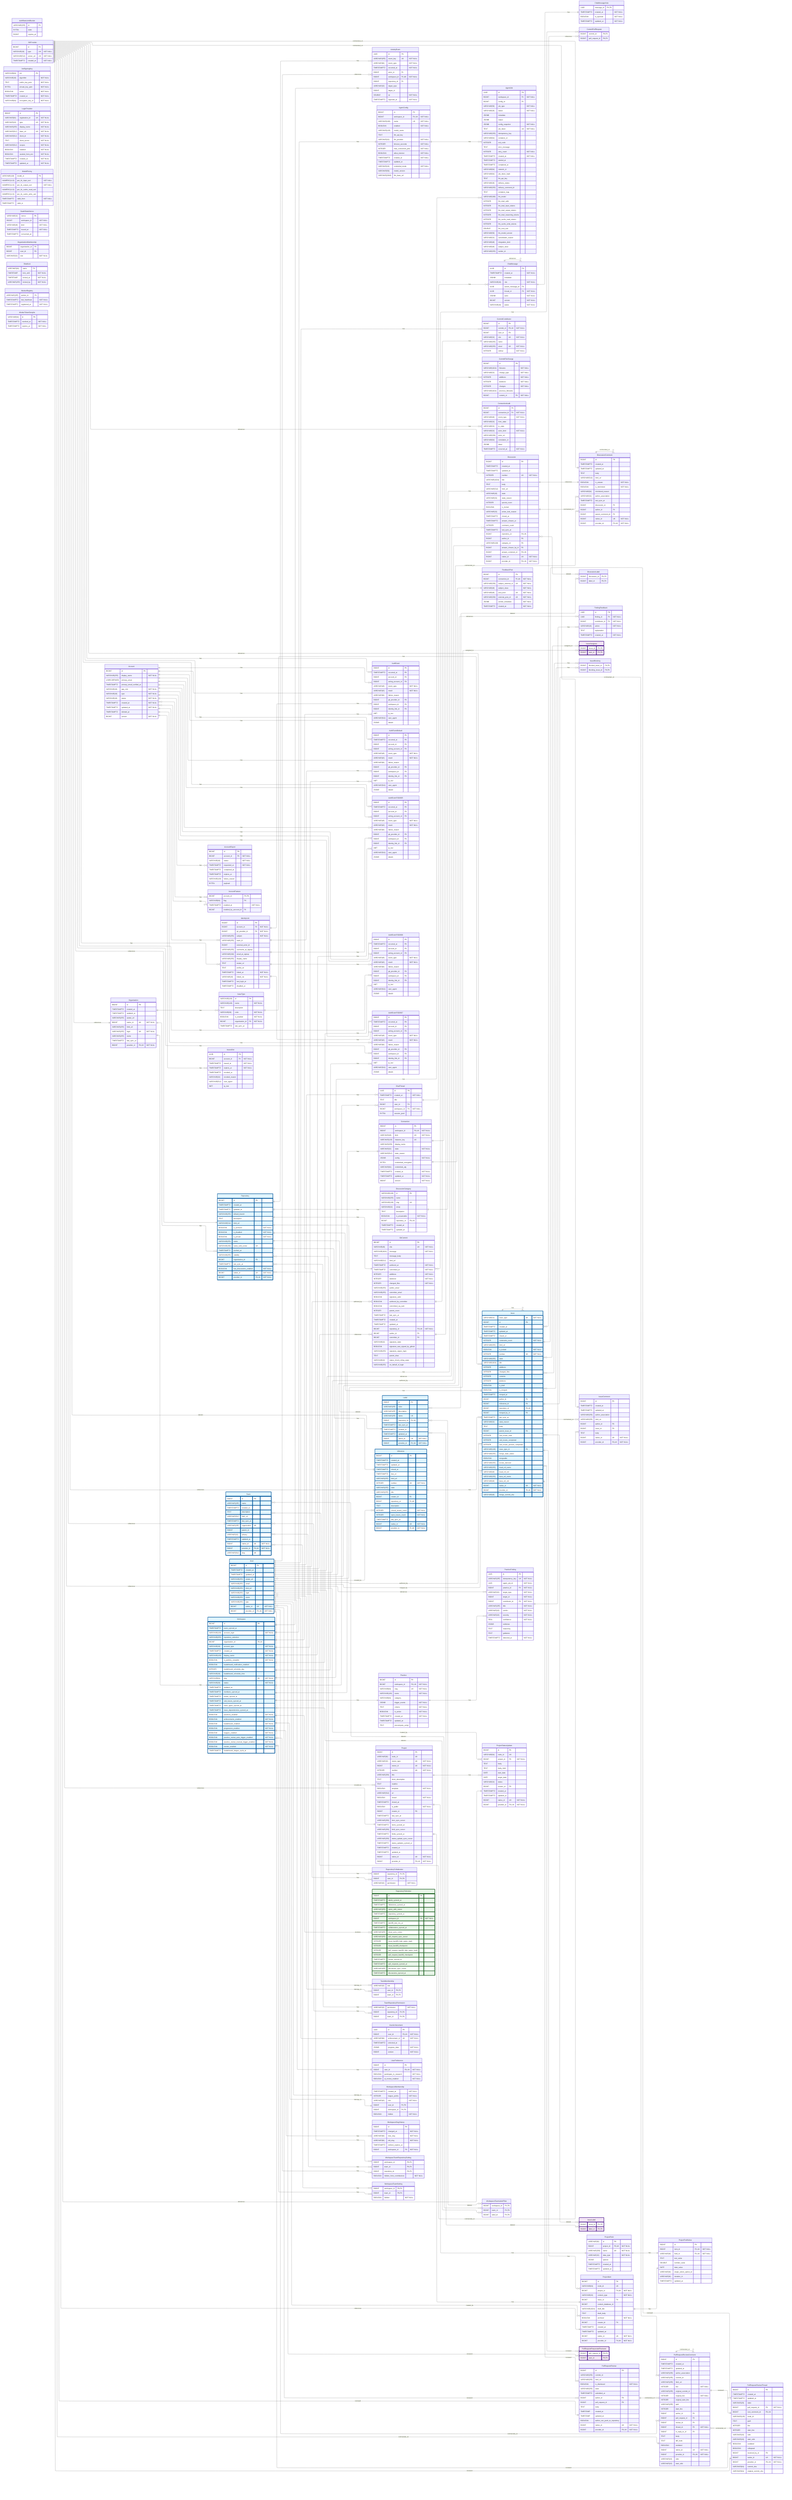
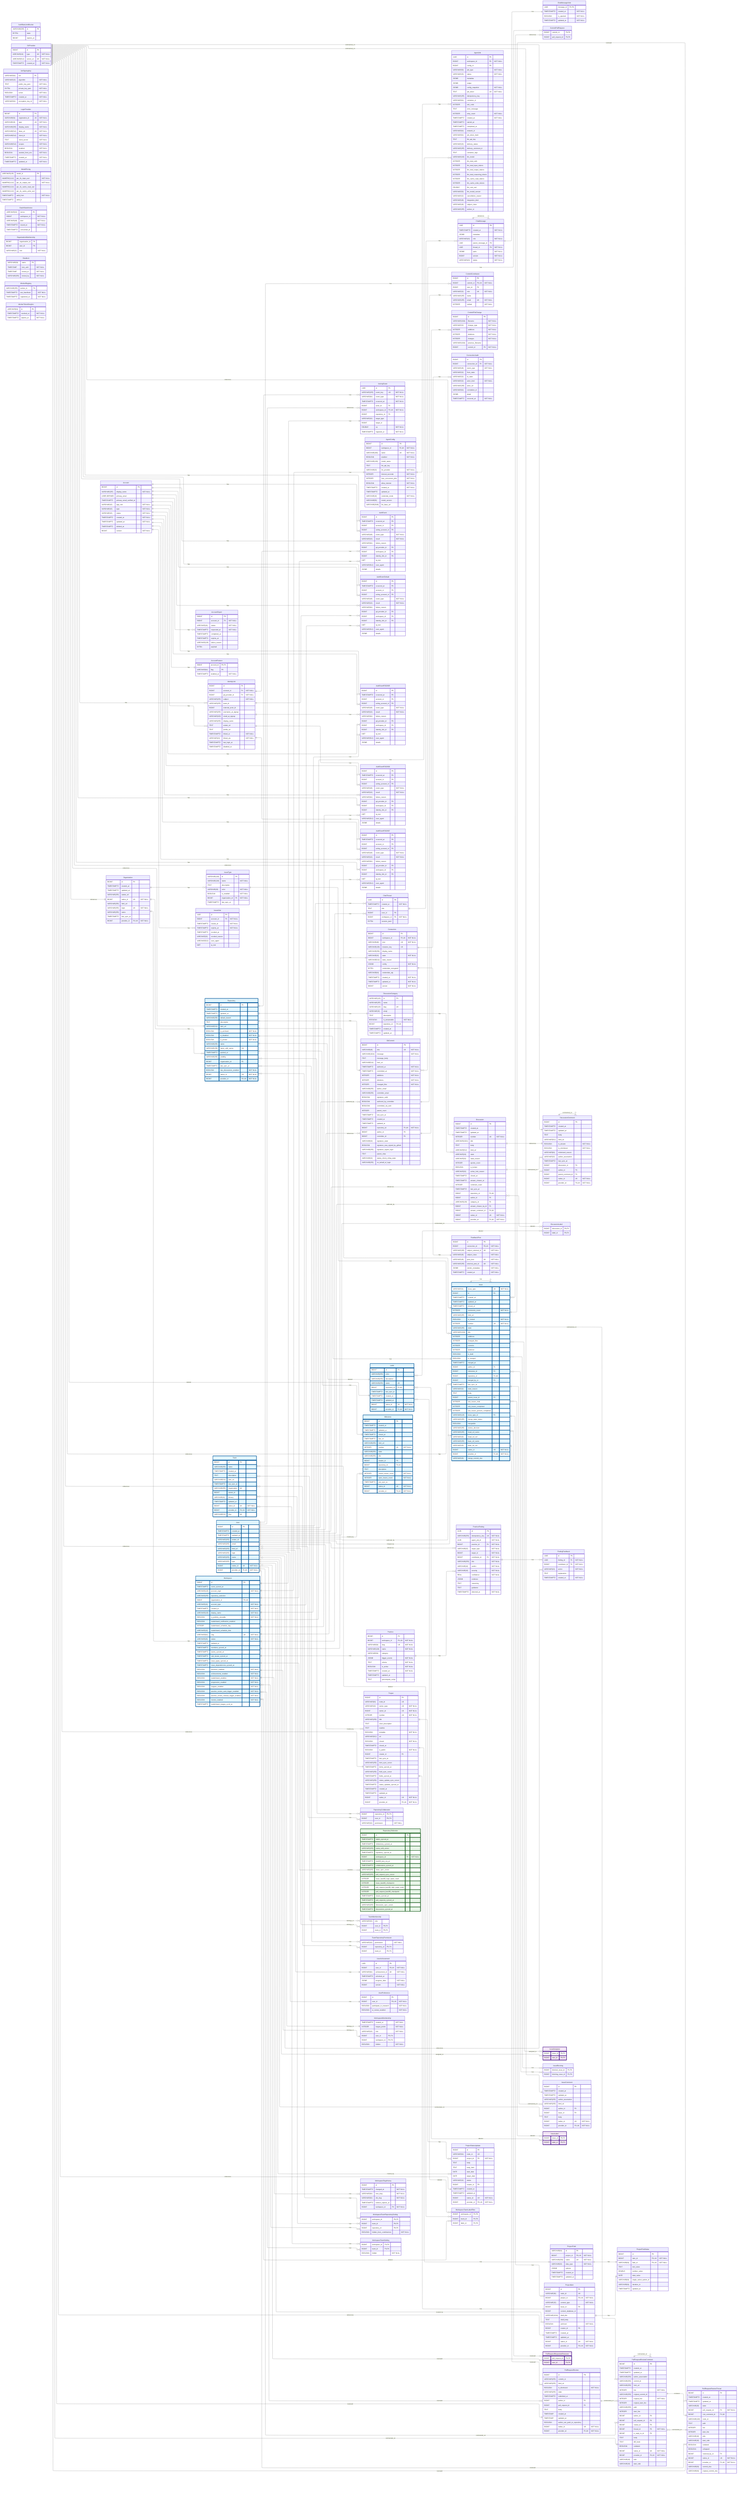
---
config:
    layout: elk
---
erDiagram
    %% Generated automatically from PostgreSQL database schema
    %% using scripts/generate-mermaid-erd.ts
    %% To regenerate: pnpm run db:generate-erd-docs

    direction LR

    Account {
        BIGINT id PK
        VARCHAR(255) display_name "NOT NULL"
        USER-DEFINED primary_email
        TIMESTAMPTZ primary_email_verified_at
        VARCHAR(16) app_role "NOT NULL"
        VARCHAR(16) type "NOT NULL"
        VARCHAR(16) status "NOT NULL"
        TIMESTAMPTZ created_at "NOT NULL"
        TIMESTAMPTZ updated_at "NOT NULL"
        TIMESTAMPTZ deleted_at
        BIGINT version "NOT NULL"
    }

    AccountExport {
        BIGINT id PK
        BIGINT account_id FK "NOT NULL"
        VARCHAR(16) status "NOT NULL"
        TIMESTAMPTZ requested_at "NOT NULL"
        TIMESTAMPTZ completed_at
        TIMESTAMPTZ expires_at
        VARCHAR(128) failure_reason
        BYTEA payload
    }

    AccountFeature {
        BIGINT account_id PK,FK
        VARCHAR(64) flag PK
        TIMESTAMPTZ enabled_at "NOT NULL"
-         BIGINT enabled_by_account_id FK
    }

    ActivityEvent {
        UUID id PK
        VARCHAR(255) event_key UK "NOT NULL"
        VARCHAR(64) event_type "NOT NULL"
        TIMESTAMPTZ occurred_at "NOT NULL"
        BIGINT actor_id FK
        BIGINT workspace_id FK,UK "NOT NULL"
        BIGINT repository_id FK
        VARCHAR(32) target_type
        BIGINT target_id
        DOUBLE xp "NOT NULL"
        TIMESTAMPTZ ingested_at "NOT NULL"
    }

    AgentConfig {
        BIGINT id PK
        BIGINT workspace_id FK,UK "NOT NULL"
        VARCHAR(100) name UK "NOT NULL"
        BOOLEAN enabled "NOT NULL"
        VARCHAR(128) model_name
        TEXT llm_api_key
        VARCHAR(32) llm_provider "NOT NULL"
        INTEGER timeout_seconds "NOT NULL"
        INTEGER max_concurrent_jobs "NOT NULL"
        BOOLEAN allow_internet "NOT NULL"
        TIMESTAMPTZ created_at "NOT NULL"
        TIMESTAMPTZ updated_at
        VARCHAR(16) credential_mode "NOT NULL"
        VARCHAR(50) model_version
        VARCHAR(2048) llm_base_url
    }

    AgentJob {
        UUID id PK
        BIGINT workspace_id FK "NOT NULL"
        BIGINT config_id FK
        VARCHAR(50) job_type "NOT NULL"
        VARCHAR(20) status "NOT NULL"
        JSONB metadata
        JSONB output
        JSONB config_snapshot "NOT NULL"
        TEXT job_token UK "NOT NULL"
        VARCHAR(255) idempotency_key
        VARCHAR(64) container_id
        INTEGER exit_code
        TEXT error_message
        INTEGER retry_count "NOT NULL"
        TIMESTAMPTZ created_at "NOT NULL"
        TIMESTAMPTZ started_at
        TIMESTAMPTZ completed_at
        VARCHAR(64) network_id
        VARCHAR(64) job_token_hash
        TEXT llm_api_key
        VARCHAR(20) delivery_status
        VARCHAR(255) delivery_comment_id
        TEXT container_logs
        VARCHAR(100) llm_model
        INTEGER llm_total_calls
        INTEGER llm_total_input_tokens
        INTEGER llm_total_output_tokens
        INTEGER llm_total_reasoning_tokens
        INTEGER llm_cache_read_tokens
        INTEGER llm_cache_write_tokens
        DOUBLE llm_cost_usd
        VARCHAR(50) llm_model_version
        VARCHAR(32) cancellation_reason
        VARCHAR(48) integration_kind
        VARCHAR(48) subject_class
        VARCHAR(255) worker_id
    }

    AuthEvent {
        BIGINT id PK
        TIMESTAMPTZ occurred_at PK
        BIGINT account_id FK
        BIGINT acting_account_id FK
        VARCHAR(48) event_type "NOT NULL"
        VARCHAR(16) result "NOT NULL"
        VARCHAR(64) failure_reason
        BIGINT git_provider_id FK
        BIGINT workspace_id FK
        BIGINT identity_link_id FK
        INET ip_inet
        VARCHAR(512) user_agent
        JSONB details
    }

    AuthEventDefault {
        BIGINT id PK
        TIMESTAMPTZ occurred_at PK
        BIGINT account_id FK
        BIGINT acting_account_id FK
        VARCHAR(48) event_type "NOT NULL"
        VARCHAR(16) result "NOT NULL"
        VARCHAR(64) failure_reason
        BIGINT git_provider_id FK
        BIGINT workspace_id FK
        BIGINT identity_link_id FK
        INET ip_inet
        VARCHAR(512) user_agent
        JSONB details
    }

    AuthEventP202605 {
        BIGINT id PK
        TIMESTAMPTZ occurred_at PK
        BIGINT account_id FK
        BIGINT acting_account_id FK
        VARCHAR(48) event_type "NOT NULL"
        VARCHAR(16) result "NOT NULL"
        VARCHAR(64) failure_reason
        BIGINT git_provider_id FK
        BIGINT workspace_id FK
        BIGINT identity_link_id FK
        INET ip_inet
        VARCHAR(512) user_agent
        JSONB details
    }

    AuthEventP202606 {
        BIGINT id PK
        TIMESTAMPTZ occurred_at PK
        BIGINT account_id FK
        BIGINT acting_account_id FK
        VARCHAR(48) event_type "NOT NULL"
        VARCHAR(16) result "NOT NULL"
        VARCHAR(64) failure_reason
        BIGINT git_provider_id FK
        BIGINT workspace_id FK
        BIGINT identity_link_id FK
        INET ip_inet
        VARCHAR(512) user_agent
        JSONB details
    }

    AuthEventP202607 {
        BIGINT id PK
        TIMESTAMPTZ occurred_at PK
        BIGINT account_id FK
        BIGINT acting_account_id FK
        VARCHAR(48) event_type "NOT NULL"
        VARCHAR(16) result "NOT NULL"
        VARCHAR(64) failure_reason
        BIGINT git_provider_id FK
        BIGINT workspace_id FK
        BIGINT identity_link_id FK
        INET ip_inet
        VARCHAR(512) user_agent
        JSONB details
    }

    AuthRateLimitBucket {
        VARCHAR(255) id PK
        BYTEA state
        BIGINT expires_at
    }

    ChatMessage {
        UUID id PK
        TIMESTAMPTZ created_at "NOT NULL"
        JSONB metadata
        VARCHAR(16) role "NOT NULL"
        UUID parent_message_id FK
        UUID thread_id FK "NOT NULL"
        JSONB parts "NOT NULL"
        BIGINT version "NOT NULL"
        VARCHAR(16) status "NOT NULL"
    }

    ChatMessageVote {
        UUID message_id PK,FK
        TIMESTAMPTZ created_at "NOT NULL"
        BOOLEAN is_upvoted "NOT NULL"
        TIMESTAMPTZ updated_at "NOT NULL"
    }

    ChatThread {
        UUID id PK
        TIMESTAMPTZ created_at "NOT NULL"
        TEXT title
        BIGINT user_id FK
        BIGINT workspace_id FK "NOT NULL"
        BYTEA session_jsonl
    }

    CommitContributor {
        BIGINT id PK
        BIGINT commit_id FK,UK "NOT NULL"
        BIGINT user_id FK
        VARCHAR(32) role UK "NOT NULL"
        VARCHAR(255) name
        VARCHAR(255) email UK "NOT NULL"
        INTEGER ordinal "NOT NULL"
    }

    CommitFileChange {
        BIGINT id PK
        VARCHAR(1024) filename "NOT NULL"
        VARCHAR(32) change_type "NOT NULL"
        INTEGER additions "NOT NULL"
        INTEGER deletions "NOT NULL"
        INTEGER changes "NOT NULL"
        VARCHAR(1024) previous_filename
        BIGINT commit_id FK "NOT NULL"
    }

    CommitPullRequest {
        BIGINT commit_id PK,FK
        BIGINT pull_request_id PK,FK
    }

    Connection {
        BIGINT id PK
        BIGINT workspace_id FK,UK "NOT NULL"
        VARCHAR(48) kind UK "NOT NULL"
        VARCHAR(128) instance_key UK
        VARCHAR(256) display_name
        VARCHAR(32) state "NOT NULL"
        VARCHAR(512) state_reason
        JSONB config "NOT NULL"
        BYTEA credentials_encrypted
        VARCHAR(64) credentials_alg
        TIMESTAMPTZ created_at "NOT NULL"
        TIMESTAMPTZ updated_at "NOT NULL"
        BIGINT version "NOT NULL"
    }

    ConnectionAudit {
        BIGINT id PK
        BIGINT connection_id FK "NOT NULL"
        VARCHAR(48) event_type "NOT NULL"
        VARCHAR(32) from_state
        VARCHAR(32) to_state
        VARCHAR(32) actor_kind "NOT NULL"
        VARCHAR(256) actor_ref
        VARCHAR(64) correlation_id
        JSONB detail
        TIMESTAMPTZ occurred_at "NOT NULL"
    }

    Discussion {
        BIGINT id PK
        TIMESTAMPTZ created_at
        TIMESTAMPTZ updated_at
        INTEGER number UK "NOT NULL"
        VARCHAR(1024) title
        TEXT body
        VARCHAR(512) html_url
        VARCHAR(16) state
        VARCHAR(32) state_reason
        INTEGER upvote_count
        BOOLEAN is_locked
        VARCHAR(32) active_lock_reason
        TIMESTAMPTZ closed_at
        TIMESTAMPTZ answer_chosen_at
        INTEGER comment_count
        TIMESTAMPTZ last_sync_at
        BIGINT repository_id FK,UK
        BIGINT author_id FK
        VARCHAR(128) category_id FK
        BIGINT answer_chosen_by_id FK
        BIGINT answer_comment_id FK,UK
        BIGINT native_id UK "NOT NULL"
        BIGINT provider_id FK,UK "NOT NULL"
    }

    DiscussionCategory {
        VARCHAR(128) id PK
        VARCHAR(255) name
        VARCHAR(128) slug UK
        VARCHAR(32) emoji
        TEXT description
        BOOLEAN is_answerable "NOT NULL"
        BIGINT repository_id FK,UK
        TIMESTAMPTZ created_at
        TIMESTAMPTZ updated_at
    }

    DiscussionComment {
        BIGINT id PK
        TIMESTAMPTZ created_at
        TIMESTAMPTZ updated_at
        TEXT body
        VARCHAR(512) html_url
        BOOLEAN is_answer "NOT NULL"
        BOOLEAN is_minimized "NOT NULL"
        VARCHAR(64) minimized_reason
        VARCHAR(32) author_association
        TIMESTAMPTZ last_sync_at
        BIGINT discussion_id FK
        BIGINT author_id FK
        BIGINT parent_comment_id FK
        BIGINT native_id UK "NOT NULL"
        BIGINT provider_id FK,UK "NOT NULL"
    }

    DiscussionLabel {
        BIGINT discussion_id PK,FK
        BIGINT label_id PK,FK
    }

    FeedbackPost {
        BIGINT id PK
        BIGINT connection_id FK,UK "NOT NULL"
        VARCHAR(256) subject_external_id UK "NOT NULL"
        VARCHAR(48) subject_class "NOT NULL"
        VARCHAR(48) post_kind UK "NOT NULL"
        VARCHAR(256) external_post_id UK "NOT NULL"
        JSONB vendor_metadata "NOT NULL"
        TIMESTAMPTZ created_at "NOT NULL"
    }

    FindingFeedback {
        UUID id PK
        UUID finding_id FK "NOT NULL"
        BIGINT contributor_id FK "NOT NULL"
        VARCHAR(16) action "NOT NULL"
        TEXT explanation
        TIMESTAMPTZ created_at "NOT NULL"
    }

    GitCommit {
        BIGINT id PK
        VARCHAR(40) sha UK "NOT NULL"
        VARCHAR(1024) message "NOT NULL"
        TEXT message_body
        VARCHAR(512) html_url
        TIMESTAMPTZ authored_at "NOT NULL"
        TIMESTAMPTZ committed_at "NOT NULL"
        INTEGER additions "NOT NULL"
        INTEGER deletions "NOT NULL"
        INTEGER changed_files "NOT NULL"
        VARCHAR(255) author_email
        VARCHAR(255) committer_email
        BOOLEAN signature_valid
        BOOLEAN authored_by_committer
        BOOLEAN committed_via_web
        INTEGER parent_count
        TIMESTAMPTZ last_sync_at
        TIMESTAMPTZ created_at
        TIMESTAMPTZ updated_at
        BIGINT repository_id FK,UK "NOT NULL"
        BIGINT author_id FK
        BIGINT committer_id FK
        VARCHAR(32) signature_state
        BOOLEAN signature_was_signed_by_github
        VARCHAR(255) signature_signer_login
        TEXT parent_shas
        VARCHAR(32) status_check_rollup_state
        VARCHAR(255) on_behalf_of_login
    }

    GitProvider {
        BIGINT id PK
        VARCHAR(10) type UK "NOT NULL"
        VARCHAR(512) server_url UK "NOT NULL"
        TIMESTAMPTZ created_at "NOT NULL"
    }

    IdentityLink {
        BIGINT id PK
        BIGINT account_id FK "NOT NULL"
        BIGINT git_provider_id FK "NOT NULL"
        VARCHAR(255) subject "NOT NULL"
        VARCHAR(255) team_id
        BIGINT external_actor_id
        VARCHAR(255) username_at_signup
        VARCHAR(320) email_at_signup
        VARCHAR(255) display_name
        TEXT avatar_url
        TEXT profile_url
        TIMESTAMPTZ linked_at "NOT NULL"
        VARCHAR(16) linked_via "NOT NULL"
        TIMESTAMPTZ last_login_at
        TIMESTAMPTZ disabled_at
    }

    Issue {
        VARCHAR(31) issue_type UK "NOT NULL"
        BIGINT id PK
        TIMESTAMPTZ created_at
        TIMESTAMPTZ updated_at
        TIMESTAMPTZ closed_at
        INTEGER comments_count "NOT NULL"
        VARCHAR(255) html_url
        BOOLEAN is_locked "NOT NULL"
        INTEGER number UK "NOT NULL"
        VARCHAR(255) state
        VARCHAR(1024) title
        INTEGER additions
        INTEGER changed_files
        INTEGER commits
        INTEGER deletions
        BOOLEAN is_draft
        BOOLEAN is_merged
        TIMESTAMPTZ merged_at
        BIGINT author_id FK
        BIGINT milestone_id FK
        BIGINT repository_id FK,UK
        BIGINT merged_by_id FK
        TIMESTAMPTZ last_sync_at
        VARCHAR(32) state_reason
        TEXT body
        BIGINT parent_issue_id FK
        INTEGER sub_issues_total
        INTEGER sub_issues_completed
        INTEGER sub_issues_percent_completed
        VARCHAR(128) issue_type_id FK
        VARCHAR(255) merge_state_status
        BOOLEAN mergeable
        VARCHAR(255) review_decision
        VARCHAR(255) head_ref_name
        VARCHAR(40) head_ref_oid
        VARCHAR(255) base_ref_name
        VARCHAR(40) base_ref_oid
        BIGINT native_id UK "NOT NULL"
        BIGINT provider_id FK,UK "NOT NULL"
        VARCHAR(40) merge_commit_sha
    }

    IssueAssignee {
        BIGINT issue_id PK,FK
        BIGINT user_id PK,FK
    }

    IssueBlocking {
        BIGINT blocked_issue_id PK,FK
        BIGINT blocking_issue_id PK,FK
    }

    IssueComment {
        BIGINT id PK
        TIMESTAMPTZ created_at
        TIMESTAMPTZ updated_at
        VARCHAR(255) author_association
        VARCHAR(255) html_url
        BIGINT author_id FK
        BIGINT issue_id FK
        TEXT body
        BIGINT native_id UK "NOT NULL"
        BIGINT provider_id FK,UK "NOT NULL"
    }

    IssueLabel {
        BIGINT issue_id PK,FK
        BIGINT label_id PK,FK
    }

    IssueType {
        VARCHAR(128) id PK
        VARCHAR(128) name "NOT NULL"
        TEXT description
        VARCHAR(20) color "NOT NULL"
        BOOLEAN is_enabled "NOT NULL"
        BIGINT organization_id FK "NOT NULL"
        TIMESTAMPTZ last_sync_at
    }

    IssuedJwt {
        UUID jti PK
        BIGINT account_id FK "NOT NULL"
        TIMESTAMPTZ issued_at "NOT NULL"
        TIMESTAMPTZ expires_at "NOT NULL"
        TIMESTAMPTZ revoked_at
        VARCHAR(32) revoked_reason
        VARCHAR(512) user_agent
        INET ip_inet
    }

    JwtSigningKey {
        VARCHAR(64) kid PK
        VARCHAR(16) algorithm "NOT NULL"
        TEXT public_key_pem "NOT NULL"
        BYTEA private_key_pem "NOT NULL"
        BOOLEAN active "NOT NULL"
        TIMESTAMPTZ created_at "NOT NULL"
        VARCHAR(64) encryption_key_id "NOT NULL"
    }

    Label {
        BIGINT id PK
        VARCHAR(255) color
        VARCHAR(255) description
        VARCHAR(255) name UK
        BIGINT repository_id FK,UK
        TIMESTAMPTZ last_sync_at
        TIMESTAMPTZ created_at
        TIMESTAMPTZ updated_at
        BIGINT native_id UK "NOT NULL"
        BIGINT provider_id FK,UK "NOT NULL"
    }

    LoginProvider {
        BIGINT id PK
        VARCHAR(64) registration_id UK "NOT NULL"
        VARCHAR(10) type UK "NOT NULL"
        VARCHAR(255) display_name "NOT NULL"
        VARCHAR(512) base_url UK "NOT NULL"
        VARCHAR(512) client_id "NOT NULL"
        TEXT client_secret "NOT NULL"
        VARCHAR(512) scopes "NOT NULL"
        BOOLEAN enabled "NOT NULL"
        BOOLEAN seeded_from_env "NOT NULL"
        TIMESTAMPTZ created_at "NOT NULL"
        TIMESTAMPTZ updated_at "NOT NULL"
    }

    Milestone {
        BIGINT id PK
        TIMESTAMPTZ created_at
        TIMESTAMPTZ updated_at
        TIMESTAMPTZ closed_at
        TIMESTAMPTZ due_on
        VARCHAR(255) html_url
        INTEGER number UK "NOT NULL"
        VARCHAR(255) state
        VARCHAR(255) title
        BIGINT creator_id FK
        BIGINT repository_id FK,UK
        TEXT description
        INTEGER closed_issues_count "NOT NULL"
        INTEGER open_issues_count "NOT NULL"
        TIMESTAMPTZ last_sync_at
        BIGINT native_id UK "NOT NULL"
        BIGINT provider_id FK,UK "NOT NULL"
    }

    ModelPricing {
        VARCHAR(128) model_id PK
        NUMERIC(12,6) per_1k_input_usd "NOT NULL"
        NUMERIC(12,6) per_1k_output_usd "NOT NULL"
        NUMERIC(12,6) per_1k_cache_read_usd
        NUMERIC(12,6) per_1k_cache_write_usd
        TIMESTAMPTZ valid_from "NOT NULL"
        TIMESTAMPTZ valid_to
    }

    OauthStateNonce {
        VARCHAR(32) nonce PK
        BIGINT workspace_id "NOT NULL"
        VARCHAR(48) kind "NOT NULL"
        TIMESTAMPTZ issued_at "NOT NULL"
        TIMESTAMPTZ consumed_at
    }

    Organization {
        BIGINT id PK
        TIMESTAMPTZ created_at
        TIMESTAMPTZ updated_at
        VARCHAR(255) avatar_url
        BIGINT native_id UK "NOT NULL"
        VARCHAR(255) html_url
        VARCHAR(255) login UK "NOT NULL"
        VARCHAR(255) name
        TIMESTAMPTZ last_sync_at
        BIGINT provider_id FK,UK "NOT NULL"
    }

    OrganizationMembership {
        BIGINT organization_id PK
        BIGINT user_id PK
        VARCHAR(32) role "NOT NULL"
    }

    Practice {
        BIGINT id PK
        BIGINT workspace_id FK,UK "NOT NULL"
        VARCHAR(64) slug UK "NOT NULL"
        VARCHAR(128) name "NOT NULL"
        VARCHAR(64) category
        JSONB trigger_events "NOT NULL"
        TEXT criteria "NOT NULL"
        BOOLEAN is_active "NOT NULL"
        TIMESTAMPTZ created_at "NOT NULL"
        TIMESTAMPTZ updated_at
        TEXT precompute_script
    }

    PracticeFinding {
        UUID id PK
        VARCHAR(255) idempotency_key UK "NOT NULL"
        UUID agent_job_id "NOT NULL"
        BIGINT practice_id FK "NOT NULL"
        VARCHAR(32) target_type "NOT NULL"
        BIGINT target_id "NOT NULL"
        BIGINT contributor_id FK "NOT NULL"
        VARCHAR(255) title "NOT NULL"
        VARCHAR(16) verdict "NOT NULL"
        VARCHAR(16) severity "NOT NULL"
        REAL confidence "NOT NULL"
        JSONB evidence
        TEXT reasoning
        TEXT guidance
        TIMESTAMPTZ detected_at "NOT NULL"
    }

    Project {
        BIGINT id PK
        VARCHAR(64) node_id UK
        VARCHAR(32) owner_type UK "NOT NULL"
        BIGINT owner_id UK "NOT NULL"
        INTEGER number UK "NOT NULL"
        VARCHAR(256) title
        TEXT short_description
        TEXT readme
        BOOLEAN template "NOT NULL"
        VARCHAR(512) url
        BOOLEAN closed "NOT NULL"
        TIMESTAMPTZ closed_at
        BOOLEAN is_public "NOT NULL"
        BIGINT creator_id FK
        TIMESTAMPTZ last_sync_at
        VARCHAR(256) item_sync_cursor
        TIMESTAMPTZ items_synced_at
        VARCHAR(256) field_sync_cursor
        TIMESTAMPTZ fields_synced_at
        VARCHAR(256) status_update_sync_cursor
        TIMESTAMPTZ status_updates_synced_at
        TIMESTAMPTZ created_at
        TIMESTAMPTZ updated_at
        BIGINT native_id UK "NOT NULL"
        BIGINT provider_id FK,UK "NOT NULL"
    }

    ProjectField {
        VARCHAR(64) id PK
        BIGINT project_id FK,UK "NOT NULL"
        VARCHAR(256) name UK "NOT NULL"
        VARCHAR(32) data_type "NOT NULL"
        JSONB options
        TIMESTAMPTZ created_at
        TIMESTAMPTZ updated_at
    }

    ProjectFieldValue {
        BIGINT id PK
        BIGINT item_id FK,UK "NOT NULL"
        VARCHAR(64) field_id FK,UK "NOT NULL"
        TEXT text_value
        DOUBLE number_value
        DATE date_value
        VARCHAR(64) single_select_option_id
        VARCHAR(64) iteration_id
        TIMESTAMPTZ updated_at
    }

    ProjectItem {
        BIGINT id PK
        VARCHAR(64) node_id UK
        BIGINT project_id FK,UK "NOT NULL"
        VARCHAR(32) content_type "NOT NULL"
        BIGINT issue_id FK
        BIGINT content_database_id
        VARCHAR(1024) draft_title
        TEXT draft_body
        BOOLEAN archived "NOT NULL"
        BIGINT creator_id FK
        TIMESTAMPTZ created_at
        TIMESTAMPTZ updated_at
        BIGINT native_id UK "NOT NULL"
        BIGINT provider_id FK,UK "NOT NULL"
    }

    ProjectStatusUpdate {
        BIGINT id PK
        VARCHAR(64) node_id UK
        BIGINT project_id FK "NOT NULL"
        TEXT body
        TEXT body_html
        DATE start_date
        DATE target_date
        VARCHAR(32) status
        BIGINT creator_id FK
        TIMESTAMPTZ created_at
        TIMESTAMPTZ updated_at
        BIGINT native_id UK "NOT NULL"
        BIGINT provider_id FK,UK "NOT NULL"
    }

    PullRequestRequestedReviewer {
        BIGINT pull_request_id PK,FK
        BIGINT user_id PK,FK
    }

    PullRequestReview {
        BIGINT id PK
        VARCHAR(255) commit_id
        VARCHAR(255) html_url
        BOOLEAN is_dismissed "NOT NULL"
        VARCHAR(255) state
        TIMESTAMPTZ submitted_at
        BIGINT author_id FK
        BIGINT pull_request_id FK
        TEXT body
        TIMESTAMP created_at
        TIMESTAMP updated_at
        BOOLEAN author_can_push_to_repository
        BIGINT native_id UK "NOT NULL"
        BIGINT provider_id FK,UK "NOT NULL"
    }

    PullRequestReviewComment {
        BIGINT id PK
        TIMESTAMPTZ created_at
        TIMESTAMPTZ updated_at
        VARCHAR(255) author_association
        VARCHAR(255) commit_id
        VARCHAR(255) html_url
        INTEGER line "NOT NULL"
        VARCHAR(255) original_commit_id
        INTEGER original_line "NOT NULL"
        INTEGER original_start_line
        VARCHAR(255) path
        INTEGER start_line
        BIGINT author_id FK
        BIGINT pull_request_id FK
        BIGINT review_id FK
        BIGINT thread_id FK "NOT NULL"
        BIGINT in_reply_to_id FK
        TEXT body
        TEXT diff_hunk
        BOOLEAN outdated
        BIGINT native_id UK "NOT NULL"
        BIGINT provider_id FK,UK "NOT NULL"
        VARCHAR(16) side
        VARCHAR(16) start_side
    }

    PullRequestReviewThread {
        BIGINT id PK
        TIMESTAMPTZ created_at
        TIMESTAMPTZ updated_at
        VARCHAR(20) state
        BIGINT pull_request_id FK "NOT NULL"
        BIGINT root_comment_id FK,UK
        VARCHAR(128) node_id
        TEXT path
        INTEGER line
        INTEGER start_line
        VARCHAR(16) side
        VARCHAR(16) start_side
        BOOLEAN outdated
        BOOLEAN collapsed
        BIGINT resolved_by_id FK
        BIGINT native_id UK "NOT NULL"
        BIGINT provider_id FK,UK "NOT NULL"
        VARCHAR(64) commit_sha
        VARCHAR(64) original_commit_sha
    }

    Repository {
        BIGINT id PK
        TIMESTAMPTZ created_at
        TIMESTAMPTZ updated_at
        VARCHAR(255) default_branch
        TEXT description
        VARCHAR(512) html_url
        BOOLEAN is_archived "NOT NULL"
        BOOLEAN is_disabled "NOT NULL"
        BOOLEAN is_private "NOT NULL"
        VARCHAR(255) name
        VARCHAR(150) name_with_owner UK
        TIMESTAMPTZ pushed_at
        VARCHAR(255) visibility
        BIGINT organization_id FK
        TIMESTAMPTZ last_sync_at
        BOOLEAN has_discussions_enabled "NOT NULL"
        BIGINT native_id UK "NOT NULL"
        BIGINT provider_id FK,UK "NOT NULL"
    }

    RepositoryCollaborator {
        BIGINT repository_id PK,FK
        BIGINT user_id PK,FK
        VARCHAR(32) permission "NOT NULL"
    }

    RepositoryToMonitor {
        BIGINT id PK
        TIMESTAMPTZ labels_synced_at
        TIMESTAMPTZ milestones_synced_at
        VARCHAR(255) name_with_owner
        TIMESTAMPTZ repository_synced_at
        BIGINT workspace_id FK "NOT NULL"
        TIMESTAMPTZ backfill_last_run_at
        TIMESTAMPTZ collaborators_synced_at
        VARCHAR(255) issue_sync_cursor
        VARCHAR(255) pull_request_sync_cursor
        INTEGER issue_backfill_high_water_mark
        INTEGER issue_backfill_checkpoint
        INTEGER pull_request_backfill_high_water_mark
        INTEGER pull_request_backfill_checkpoint
        TIMESTAMPTZ issues_synced_at
        TIMESTAMPTZ pull_requests_synced_at
        VARCHAR(255) discussion_sync_cursor
        TIMESTAMPTZ discussions_synced_at
    }

    Shedlock {
        VARCHAR(64) name PK
        TIMESTAMP lock_until "NOT NULL"
        TIMESTAMP locked_at "NOT NULL"
        VARCHAR(255) locked_by "NOT NULL"
    }

    Team {
        BIGINT id PK
        VARCHAR(255) name
        TIMESTAMPTZ created_at
        TEXT description
        VARCHAR(512) html_url
        TIMESTAMPTZ last_sync_at
        VARCHAR(255) organization UK
        BIGINT parent_id
        VARCHAR(32) privacy
        TIMESTAMPTZ updated_at
        BIGINT native_id UK "NOT NULL"
        BIGINT provider_id FK,UK "NOT NULL"
        VARCHAR(512) slug UK
    }

    TeamMembership {
        VARCHAR(32) role
        BIGINT user_id PK,FK
        BIGINT team_id PK,FK
    }

    TeamRepositoryPermission {
        VARCHAR(32) permission "NOT NULL"
        BIGINT repository_id PK,FK
        BIGINT team_id PK,FK
    }

    User {
        BIGINT id PK
        TIMESTAMPTZ created_at
        TIMESTAMPTZ updated_at
        VARCHAR(255) avatar_url
        VARCHAR(255) email
        VARCHAR(255) html_url
        VARCHAR(255) login
        VARCHAR(255) name
        VARCHAR(255) type
        BIGINT native_id UK "NOT NULL"
        BIGINT provider_id FK,UK "NOT NULL"
    }

    UserAchievement {
        UUID id PK
        BIGINT user_id FK,UK "NOT NULL"
        VARCHAR(64) achievement_id UK "NOT NULL"
        TIMESTAMPTZ unlocked_at
        JSONB progress_data "NOT NULL"
        BIGINT version "NOT NULL"
    }

    UserPreference {
        BIGINT id PK
        BIGINT user_id FK,UK "NOT NULL"
        BOOLEAN participate_in_research "NOT NULL"
        BOOLEAN ai_review_enabled "NOT NULL"
    }

    WorkerRegistry {
        VARCHAR(255) worker_id PK
        TIMESTAMPTZ last_heartbeat "NOT NULL"
        TIMESTAMPTZ registered_at "NOT NULL"
    }

    WorkerTokenDenylist {
        VARCHAR(64) jti PK
        TIMESTAMPTZ revoked_at "NOT NULL"
        TIMESTAMPTZ expires_at "NOT NULL"
    }

    Workspace {
        BIGINT id PK
        TIMESTAMPTZ users_synced_at
        VARCHAR(120) account_login "NOT NULL"
        VARCHAR(255) repository_selection
        BIGINT organization_id FK,UK
        VARCHAR(10) account_type "NOT NULL"
        TIMESTAMPTZ created_at "NOT NULL"
        VARCHAR(120) display_name "NOT NULL"
        BOOLEAN is_publicly_viewable "NOT NULL"
        BOOLEAN leaderboard_notification_enabled
        INTEGER leaderboard_schedule_day
        VARCHAR(10) leaderboard_schedule_time
        VARCHAR(64) slug UK "NOT NULL"
        VARCHAR(20) status "NOT NULL"
        TIMESTAMPTZ updated_at
        TIMESTAMPTZ members_synced_at
        TIMESTAMPTZ teams_synced_at
        TIMESTAMPTZ sub_issues_synced_at
        TIMESTAMPTZ issue_types_synced_at
        TIMESTAMPTZ issue_dependencies_synced_at
        BOOLEAN practices_enabled "NOT NULL"
        BOOLEAN achievements_enabled "NOT NULL"
        BOOLEAN leaderboard_enabled "NOT NULL"
        BOOLEAN progression_enabled "NOT NULL"
        BOOLEAN leagues_enabled "NOT NULL"
        BOOLEAN practice_review_auto_trigger_enabled "NOT NULL"
        BOOLEAN practice_review_manual_trigger_enabled "NOT NULL"
        BOOLEAN mentor_enabled "NOT NULL"
        TIMESTAMPTZ leaderboard_league_cycle_at
    }

    WorkspaceMembership {
        TIMESTAMPTZ created_at "NOT NULL"
        INTEGER league_points "NOT NULL"
        VARCHAR(16) role "NOT NULL"
        BIGINT user_id PK,FK
        BIGINT workspace_id PK,FK
        BOOLEAN hidden "NOT NULL"
    }

    WorkspaceSlugHistory {
        BIGINT id PK
        TIMESTAMPTZ changed_at "NOT NULL"
        VARCHAR(64) new_slug "NOT NULL"
        VARCHAR(64) old_slug "NOT NULL"
        TIMESTAMPTZ redirect_expires_at
        BIGINT workspace_id FK "NOT NULL"
    }

    WorkspaceTeamLabelFilter {
        BIGINT workspace_id PK,FK
        BIGINT team_id PK,FK
        BIGINT label_id PK,FK
    }

    WorkspaceTeamRepositorySetting {
        BIGINT workspace_id PK,FK
        BIGINT team_id PK,FK
        BIGINT repository_id PK,FK
        BOOLEAN hidden_from_contributions "NOT NULL"
    }

    WorkspaceTeamSetting {
        BIGINT workspace_id PK,FK
        BIGINT team_id PK,FK
        BOOLEAN hidden "NOT NULL"
    }

    %% Relationships
    %% One-to-One relationships
+     Account ||--|| AccountFeature : has
    Workspace ||--|| ActivityEvent : has
    Workspace ||--|| AgentConfig : has
    ChatMessage ||--|| ChatMessageVote : has
    GitCommit ||--|| CommitContributor : has
    Workspace ||--|| Connection : has
    DiscussionComment ||--|| Discussion : references
    GitProvider ||--|| Discussion : references
    Repository ||--|| Discussion : has
    Repository ||--|| DiscussionCategory : has
    GitProvider ||--|| DiscussionComment : commented_on
    Connection ||--|| FeedbackPost : has
    Repository ||--|| GitCommit : has
    GitProvider ||--|| Issue : references
    Repository ||--|| Issue : has
    GitProvider ||--|| IssueComment : commented_on
    GitProvider ||--|| Label : labeled
    Repository ||--|| Label : labeled
    GitProvider ||--|| Milestone : references
    Repository ||--|| Milestone : has
    GitProvider ||--|| Organization : references
    Workspace ||--|| Practice : has
    GitProvider ||--|| Project : references
    Project ||--|| ProjectField : has
    ProjectField ||--|| ProjectFieldValue : has
    ProjectItem ||--|| ProjectFieldValue : has
    Project ||--|| ProjectItem : has
    GitProvider ||--|| ProjectItem : references
    GitProvider ||--|| ProjectStatusUpdate : references
    GitProvider ||--|| PullRequestReview : reviewed
    GitProvider ||--|| PullRequestReviewComment : commented_on
    GitProvider ||--|| PullRequestReviewThread : reviewed
    PullRequestReviewComment ||--|| PullRequestReviewThread : reviewed
    GitProvider ||--|| Repository : references
    GitProvider ||--|| Team : references
    GitProvider ||--|| User : references
    User ||--|| UserAchievement : has
    User ||--|| UserPreference : has
    Organization ||--|| Workspace : has
    User ||--|| WorkspaceMembership : belongs_to
    Workspace ||--|| WorkspaceMembership : belongs_to

    %% One-to-Many relationships
    Account ||--o{ AccountExport : has
    User ||--o{ ActivityEvent : references
    Repository ||--o{ ActivityEvent : has
    AgentConfig ||--o{ AgentJob : has
    Workspace ||--o{ AgentJob : has
    Account ||--o{ AuthEvent : has
    Account ||--o{ AuthEvent : has
    GitProvider ||--o{ AuthEvent : has
    IdentityLink ||--o{ AuthEvent : has
    Workspace ||--o{ AuthEvent : has
    Account ||--o{ AuthEventDefault : has
    Account ||--o{ AuthEventDefault : has
    GitProvider ||--o{ AuthEventDefault : has
    IdentityLink ||--o{ AuthEventDefault : has
    Workspace ||--o{ AuthEventDefault : has
    Account ||--o{ AuthEventP202605 : has
    Account ||--o{ AuthEventP202605 : has
    GitProvider ||--o{ AuthEventP202605 : has
    IdentityLink ||--o{ AuthEventP202605 : has
    Workspace ||--o{ AuthEventP202605 : has
    Account ||--o{ AuthEventP202606 : has
    Account ||--o{ AuthEventP202606 : has
    GitProvider ||--o{ AuthEventP202606 : has
    IdentityLink ||--o{ AuthEventP202606 : has
    Workspace ||--o{ AuthEventP202606 : has
    Account ||--o{ AuthEventP202607 : has
    Account ||--o{ AuthEventP202607 : has
    GitProvider ||--o{ AuthEventP202607 : has
    IdentityLink ||--o{ AuthEventP202607 : has
    Workspace ||--o{ AuthEventP202607 : has
    ChatMessage ||--o{ ChatMessage : references
    ChatThread ||--o{ ChatMessage : has
    User ||--o{ ChatThread : has
    Workspace ||--o{ ChatThread : has
    User ||--o{ CommitContributor : has
    GitCommit ||--o{ CommitFileChange : has
    Connection ||--o{ ConnectionAudit : has
    User ||--o{ Discussion : references
    User ||--o{ Discussion : authored_by
    DiscussionCategory ||--o{ Discussion : has
    User ||--o{ DiscussionComment : commented_on
    Discussion ||--o{ DiscussionComment : commented_on
    DiscussionComment ||--o{ DiscussionComment : commented_on
    User ||--o{ FindingFeedback : references
    PracticeFinding ||--o{ FindingFeedback : has
    User ||--o{ GitCommit : authored_by
    User ||--o{ GitCommit : references
    Account ||--o{ IdentityLink : has
    GitProvider ||--o{ IdentityLink : has
    User ||--o{ Issue : authored_by
    IssueType ||--o{ Issue : has
    User ||--o{ Issue : merged_by
    Milestone ||--o{ Issue : has
    Issue ||--o{ Issue : has
    User ||--o{ IssueComment : commented_on
    Issue ||--o{ IssueComment : commented_on
    Organization ||--o{ IssueType : has
    Account ||--o{ IssuedJwt : has
    User ||--o{ Milestone : created_by
    User ||--o{ PracticeFinding : references
    Practice ||--o{ PracticeFinding : has
    User ||--o{ Project : created_by
    User ||--o{ ProjectItem : created_by
    Issue ||--o{ ProjectItem : has
    User ||--o{ ProjectStatusUpdate : created_by
    Project ||--o{ ProjectStatusUpdate : has
    User ||--o{ PullRequestReview : reviewed
    Issue ||--o{ PullRequestReview : reviewed
    User ||--o{ PullRequestReviewComment : commented_on
    PullRequestReviewComment ||--o{ PullRequestReviewComment : commented_on
    Issue ||--o{ PullRequestReviewComment : commented_on
    PullRequestReview ||--o{ PullRequestReviewComment : commented_on
    PullRequestReviewThread ||--o{ PullRequestReviewComment : commented_on
    Issue ||--o{ PullRequestReviewThread : reviewed
    User ||--o{ PullRequestReviewThread : reviewed
    Organization ||--o{ Repository : has
    Workspace ||--o{ RepositoryToMonitor : monitors
    Workspace ||--o{ WorkspaceSlugHistory : has

    %% Many-to-Many relationships
-     Account }o--o{ AccountFeature : has
-     Account }o--o{ AccountFeature : has
    GitCommit }o--o{ CommitPullRequest : has
    Issue }o--o{ CommitPullRequest : references
    Discussion }o--o{ DiscussionLabel : labeled
    Label }o--o{ DiscussionLabel : labeled
    Issue }o--o{ IssueAssignee : assigned_to
    User }o--o{ IssueAssignee : assigned_to
    Issue }o--o{ IssueBlocking : has
    Issue }o--o{ IssueBlocking : has
    Issue }o--o{ IssueLabel : labeled
    Label }o--o{ IssueLabel : labeled
    Issue }o--o{ PullRequestRequestedReviewer : reviewed
    User }o--o{ PullRequestRequestedReviewer : reviewed
    Repository }o--o{ RepositoryCollaborator : has
    User }o--o{ RepositoryCollaborator : has
    Team }o--o{ TeamMembership : belongs_to
    User }o--o{ TeamMembership : belongs_to
    Repository }o--o{ TeamRepositoryPermission : has
    Team }o--o{ TeamRepositoryPermission : has
    Label }o--o{ WorkspaceTeamLabelFilter : labeled
    Team }o--o{ WorkspaceTeamLabelFilter : labeled
    Workspace }o--o{ WorkspaceTeamLabelFilter : labeled
    Repository }o--o{ WorkspaceTeamRepositorySetting : has
    Team }o--o{ WorkspaceTeamRepositorySetting : has
    Workspace }o--o{ WorkspaceTeamRepositorySetting : has
    Team }o--o{ WorkspaceTeamSetting : has
    Workspace }o--o{ WorkspaceTeamSetting : has

    %% Styling
    classDef primaryEntity fill:#e1f5fe,stroke:#01579b,stroke-width:2px
    classDef associationEntity fill:#f3e5f5,stroke:#4a148c,stroke-width:2px
    classDef metadataEntity fill:#e8f5e8,stroke:#1b5e20,stroke-width:2px

    class Issue primaryEntity
    class IssueAssignee associationEntity
    class IssueLabel associationEntity
    class Label primaryEntity
    class Milestone primaryEntity
    class PullRequestRequestedReviewer associationEntity
    class Repository primaryEntity
    class RepositoryToMonitor metadataEntity
    class Team primaryEntity
    class User primaryEntity
    class Workspace primaryEntity
